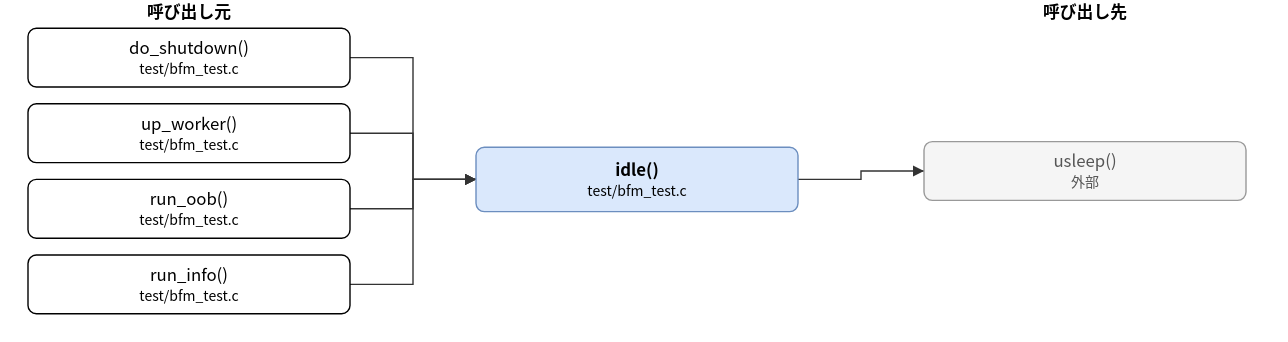
Above: doc/spec/images/call_test_bfm_test-idle.drawio.svg in hf355051012-ai/bfmem (draw.io), before the change. Source tidied: cells renumbered, new cells last; positions are measured from the earlier drawing's top-left corner, leaving out a move shared by most shapes.
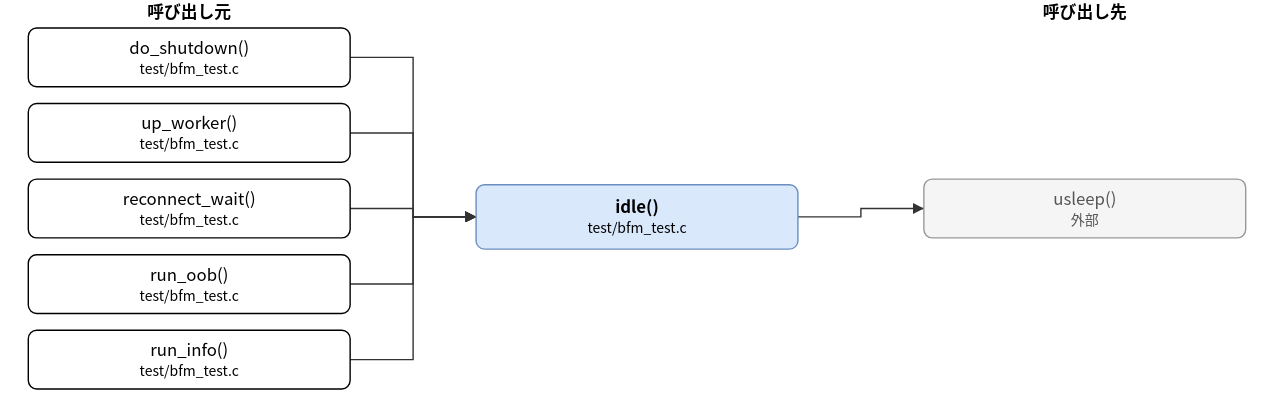
After the commit.

What changed in the source:
```diff
@@ -3,7 +3,7 @@
     <mxCell id="0" />
     <mxCell id="1" parent="0" />
     <mxCell id="2" value="idle()&lt;br&gt;&lt;font style=&quot;font-size:10px&quot;&gt;test/bfm_test.c&lt;/font&gt;" style="rounded=1;whiteSpace=wrap;html=1;fillColor=#dae8fc;strokeColor=#6c8ebf;fontStyle=1;" parent="1" vertex="1">
-      <mxGeometry x="320" y="105" width="230" height="46" as="geometry" />
+      <mxGeometry x="320" y="132" width="230" height="46" as="geometry" />
     </mxCell>
     <mxCell id="3" value="do_shutdown()&lt;br&gt;&lt;font style=&quot;font-size:10px&quot;&gt;test/bfm_test.c&lt;/font&gt;" style="rounded=1;whiteSpace=wrap;html=1;" parent="1" vertex="1">
       <mxGeometry y="20" width="230" height="42" as="geometry" />
@@ -11,20 +11,23 @@
     <mxCell id="4" value="up_worker()&lt;br&gt;&lt;font style=&quot;font-size:10px&quot;&gt;test/bfm_test.c&lt;/font&gt;" style="rounded=1;whiteSpace=wrap;html=1;" parent="1" vertex="1">
       <mxGeometry y="74" width="230" height="42" as="geometry" />
     </mxCell>
-    <mxCell id="5" value="run_oob()&lt;br&gt;&lt;font style=&quot;font-size:10px&quot;&gt;test/bfm_test.c&lt;/font&gt;" style="rounded=1;whiteSpace=wrap;html=1;" parent="1" vertex="1">
+    <mxCell id="5" value="reconnect_wait()&lt;br&gt;&lt;font style=&quot;font-size:10px&quot;&gt;test/bfm_test.c&lt;/font&gt;" style="rounded=1;whiteSpace=wrap;html=1;" parent="1" vertex="1">
       <mxGeometry y="128" width="230" height="42" as="geometry" />
     </mxCell>
-    <mxCell id="6" value="run_info()&lt;br&gt;&lt;font style=&quot;font-size:10px&quot;&gt;test/bfm_test.c&lt;/font&gt;" style="rounded=1;whiteSpace=wrap;html=1;" parent="1" vertex="1">
+    <mxCell id="6" value="run_oob()&lt;br&gt;&lt;font style=&quot;font-size:10px&quot;&gt;test/bfm_test.c&lt;/font&gt;" style="rounded=1;whiteSpace=wrap;html=1;" parent="1" vertex="1">
       <mxGeometry y="182" width="230" height="42" as="geometry" />
     </mxCell>
+    <mxCell id="15" value="run_info()&lt;br&gt;&lt;font style=&quot;font-size:10px&quot;&gt;test/bfm_test.c&lt;/font&gt;" style="rounded=1;whiteSpace=wrap;html=1;" parent="1" vertex="1">
+      <mxGeometry y="236" width="230" height="42" as="geometry" />
+    </mxCell>
     <mxCell id="7" value="usleep()&lt;br&gt;&lt;font style=&quot;font-size:10px&quot;&gt;外部&lt;/font&gt;" style="rounded=1;whiteSpace=wrap;html=1;fillColor=#f5f5f5;strokeColor=#999999;fontColor=#555555;" parent="1" vertex="1">
-      <mxGeometry x="640" y="101" width="230" height="42" as="geometry" />
+      <mxGeometry x="640" y="128" width="230" height="42" as="geometry" />
     </mxCell>
     <mxCell id="8" style="edgeStyle=none;html=1;rounded=0;endArrow=block;endFill=1;exitX=1.0000;exitY=0.5000;exitDx=0;exitDy=0;exitPerimeter=0;entryX=0.0000;entryY=0.5000;entryDx=0;entryDy=0;entryPerimeter=0;" parent="1" edge="1" source="3" target="2">
       <mxGeometry relative="1" as="geometry">
         <Array as="points">
           <mxPoint x="275" y="41" />
-          <mxPoint x="275" y="128" />
+          <mxPoint x="275" y="155" />
         </Array>
       </mxGeometry>
     </mxCell>
@@ -32,7 +35,7 @@
       <mxGeometry relative="1" as="geometry">
         <Array as="points">
           <mxPoint x="275" y="95" />
-          <mxPoint x="275" y="128" />
+          <mxPoint x="275" y="155" />
         </Array>
       </mxGeometry>
     </mxCell>
@@ -40,7 +43,7 @@
       <mxGeometry relative="1" as="geometry">
         <Array as="points">
           <mxPoint x="275" y="149" />
-          <mxPoint x="275" y="128" />
+          <mxPoint x="275" y="155" />
         </Array>
       </mxGeometry>
     </mxCell>
@@ -48,18 +51,26 @@
       <mxGeometry relative="1" as="geometry">
         <Array as="points">
           <mxPoint x="275" y="203" />
-          <mxPoint x="275" y="128" />
+          <mxPoint x="275" y="155" />
         </Array>
       </mxGeometry>
     </mxCell>
-    <mxCell id="12" style="edgeStyle=none;html=1;rounded=0;endArrow=block;endFill=1;exitX=1.0000;exitY=0.5000;exitDx=0;exitDy=0;exitPerimeter=0;entryX=0.0000;entryY=0.5000;entryDx=0;entryDy=0;entryPerimeter=0;" parent="1" edge="1" source="2" target="7">
+    <mxCell id="12" style="edgeStyle=none;html=1;rounded=0;endArrow=block;endFill=1;exitX=1.0000;exitY=0.5000;exitDx=0;exitDy=0;exitPerimeter=0;entryX=0.0000;entryY=0.5000;entryDx=0;entryDy=0;entryPerimeter=0;" parent="1" edge="1" source="15" target="2">
       <mxGeometry relative="1" as="geometry">
         <Array as="points">
-          <mxPoint x="595" y="128" />
-          <mxPoint x="595" y="122" />
+          <mxPoint x="275" y="257" />
+          <mxPoint x="275" y="155" />
         </Array>
       </mxGeometry>
     </mxCell>
+    <mxCell id="16" style="edgeStyle=none;html=1;rounded=0;endArrow=block;endFill=1;exitX=1.0000;exitY=0.5000;exitDx=0;exitDy=0;exitPerimeter=0;entryX=0.0000;entryY=0.5000;entryDx=0;entryDy=0;entryPerimeter=0;" parent="1" edge="1" source="2" target="7">
+      <mxGeometry relative="1" as="geometry">
+        <Array as="points">
+          <mxPoint x="595" y="155" />
+          <mxPoint x="595" y="149" />
+        </Array>
+      </mxGeometry>
+    </mxCell>
     <mxCell id="13" value="呼び出し元" style="text;html=1;align=center;fontStyle=1;" parent="1" vertex="1">
       <mxGeometry x="35" width="160" height="18" as="geometry" />
     </mxCell>
```
